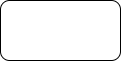
Earlier version of the draw.io export h/w1.png (fyxzzx/wo2). Source tidied: cells renumbered, new cells last; positions are measured from the earlier drawing's top-left corner, leaving out a move shared by most shapes. Its diagram source:
```xml
<mxGraphModel>
  <root>
    <mxCell id="0" />
    <mxCell id="1" parent="0" />
    <mxCell id="2" style="rounded=1;whiteSpace=wrap;html=1;" parent="1" vertex="1">
      <mxGeometry width="120" height="60" as="geometry" />
    </mxCell>
  </root>
</mxGraphModel>
```
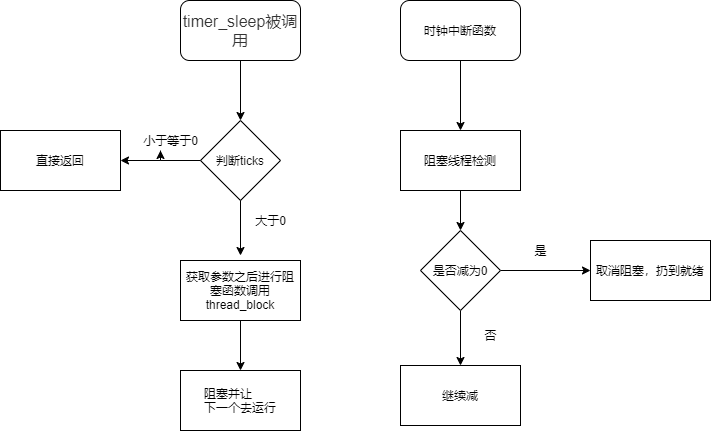
Later version of the same file.

The edit, as a diff of the source:
```diff
@@ -2,8 +2,84 @@
   <root>
     <mxCell id="0" />
     <mxCell id="1" parent="0" />
-    <mxCell id="2" style="rounded=1;whiteSpace=wrap;html=1;" parent="1" vertex="1">
+    <mxCell id="2" value="&lt;span style=&quot;color: rgb(51 , 51 , 51) ; font-family: &amp;#34;open sans&amp;#34; , &amp;#34;clear sans&amp;#34; , &amp;#34;helvetica neue&amp;#34; , &amp;#34;helvetica&amp;#34; , &amp;#34;arial&amp;#34; , sans-serif ; font-size: 16px ; text-align: left ; background-color: rgb(255 , 255 , 255)&quot;&gt;timer_sleep被调用&lt;/span&gt;" style="rounded=1;whiteSpace=wrap;html=1;" parent="1" vertex="1">
       <mxGeometry width="120" height="60" as="geometry" />
     </mxCell>
+    <mxCell id="3" style="edgeStyle=orthogonalEdgeStyle;rounded=0;jettySize=auto;html=1;" parent="1" edge="1" source="4" target="12">
+      <mxGeometry relative="1" as="geometry" />
+    </mxCell>
+    <mxCell id="4" value="时钟中断函数" style="rounded=1;whiteSpace=wrap;html=1;" parent="1" vertex="1">
+      <mxGeometry x="220" width="120" height="60" as="geometry" />
+    </mxCell>
+    <mxCell id="5" style="edgeStyle=orthogonalEdgeStyle;rounded=0;jettySize=auto;html=1;" parent="1" edge="1" source="20" target="7">
+      <mxGeometry relative="1" as="geometry">
+        <Array as="points">
+          <mxPoint x="-20" y="160" />
+        </Array>
+      </mxGeometry>
+    </mxCell>
+    <mxCell id="6" value="判断ticks" style="rhombus;whiteSpace=wrap;html=1;" parent="1" vertex="1">
+      <mxGeometry x="20" y="120" width="80" height="80" as="geometry" />
+    </mxCell>
+    <mxCell id="7" value="直接返回" style="rounded=0;whiteSpace=wrap;html=1;" parent="1" vertex="1">
+      <mxGeometry x="-180" y="130" width="120" height="60" as="geometry" />
+    </mxCell>
+    <mxCell id="8" style="edgeStyle=orthogonalEdgeStyle;rounded=0;jettySize=auto;html=1;" parent="1" edge="1" source="9" target="10">
+      <mxGeometry relative="1" as="geometry" />
+    </mxCell>
+    <mxCell id="9" value="&lt;span&gt;获取参数之后进行阻塞函数调用thread_block&lt;/span&gt;" style="rounded=0;whiteSpace=wrap;html=1;" parent="1" vertex="1">
+      <mxGeometry y="260" width="120" height="60" as="geometry" />
+    </mxCell>
+    <mxCell id="10" value="&lt;pre style=&quot;margin-top: 0px ; margin-bottom: 0px ; padding: 0px ; overflow: auto ; overflow-wrap: break-word ; text-align: left&quot;&gt;&lt;span style=&quot;font-family: &amp;#34;helvetica&amp;#34;&quot;&gt;阻塞并让&lt;/span&gt;&lt;/pre&gt;&lt;pre style=&quot;margin-top: 0px ; margin-bottom: 0px ; padding: 0px ; overflow: auto ; overflow-wrap: break-word ; text-align: left&quot;&gt;&lt;span style=&quot;font-family: &amp;#34;helvetica&amp;#34;&quot;&gt;下一个去运行&lt;/span&gt;&lt;br&gt;&lt;/pre&gt;" style="rounded=0;whiteSpace=wrap;html=1;" parent="1" vertex="1">
+      <mxGeometry y="370" width="120" height="60" as="geometry" />
+    </mxCell>
+    <mxCell id="11" style="edgeStyle=orthogonalEdgeStyle;rounded=0;jettySize=auto;html=1;" parent="1" edge="1" source="12" target="16">
+      <mxGeometry relative="1" as="geometry" />
+    </mxCell>
+    <mxCell id="12" value="阻塞线程检测" style="rounded=0;whiteSpace=wrap;html=1;" parent="1" vertex="1">
+      <mxGeometry x="220" y="130" width="120" height="60" as="geometry" />
+    </mxCell>
+    <mxCell id="13" value="继续减" style="rounded=0;whiteSpace=wrap;html=1;" parent="1" vertex="1">
+      <mxGeometry x="220" y="365" width="120" height="60" as="geometry" />
+    </mxCell>
+    <mxCell id="14" style="edgeStyle=orthogonalEdgeStyle;rounded=0;jettySize=auto;html=1;" parent="1" edge="1" source="16" target="17">
+      <mxGeometry relative="1" as="geometry" />
+    </mxCell>
+    <mxCell id="15" style="edgeStyle=orthogonalEdgeStyle;rounded=0;jettySize=auto;html=1;" parent="1" edge="1" source="16" target="13">
+      <mxGeometry relative="1" as="geometry" />
+    </mxCell>
+    <mxCell id="16" value="是否减为0" style="rhombus;whiteSpace=wrap;html=1;" parent="1" vertex="1">
+      <mxGeometry x="240" y="230" width="80" height="80" as="geometry" />
+    </mxCell>
+    <mxCell id="17" value="取消阻塞，扔到就绪" style="rounded=0;whiteSpace=wrap;html=1;" parent="1" vertex="1">
+      <mxGeometry x="410" y="240" width="120" height="60" as="geometry" />
+    </mxCell>
+    <mxCell id="18" style="endArrow=classic;html=1;entryX=0.5;entryY=0;entryDx=0;entryDy=0;" parent="1" edge="1" source="2" target="6">
+      <mxGeometry relative="1" as="geometry" />
+    </mxCell>
+    <mxCell id="19" style="endArrow=classic;html=1;exitX=0.5;exitY=1;exitDx=0;exitDy=0;" parent="1" edge="1" source="6">
+      <mxGeometry relative="1" as="geometry">
+        <mxPoint x="60" y="255" as="targetPoint" />
+      </mxGeometry>
+    </mxCell>
+    <mxCell id="20" value="小于等于0" style="text;html=1;align=center;verticalAlign=middle;points=[];fillColor=none;strokeColor=none;rounded=0;" parent="1" vertex="1">
+      <mxGeometry x="-45" y="130" width="70" height="20" as="geometry" />
+    </mxCell>
+    <mxCell id="21" style="edgeStyle=orthogonalEdgeStyle;rounded=0;jettySize=auto;html=1;" parent="1" edge="1" source="6" target="20">
+      <mxGeometry relative="1" as="geometry">
+        <Array as="points">
+          <mxPoint x="-20" y="160" />
+        </Array>
+      </mxGeometry>
+    </mxCell>
+    <mxCell id="22" value="大于0" style="text;html=1;align=center;verticalAlign=middle;fillColor=none;strokeColor=none;rounded=0;" parent="1" vertex="1">
+      <mxGeometry x="65" y="210" width="50" height="20" as="geometry" />
+    </mxCell>
+    <mxCell id="23" value="否" style="text;html=1;align=center;verticalAlign=middle;fillColor=none;strokeColor=none;rounded=0;" parent="1" vertex="1">
+      <mxGeometry x="295" y="325" width="30" height="20" as="geometry" />
+    </mxCell>
+    <mxCell id="24" value="是" style="text;html=1;align=center;verticalAlign=middle;fillColor=none;strokeColor=none;rounded=0;" parent="1" vertex="1">
+      <mxGeometry x="345" y="240" width="30" height="20" as="geometry" />
+    </mxCell>
   </root>
 </mxGraphModel>
```
